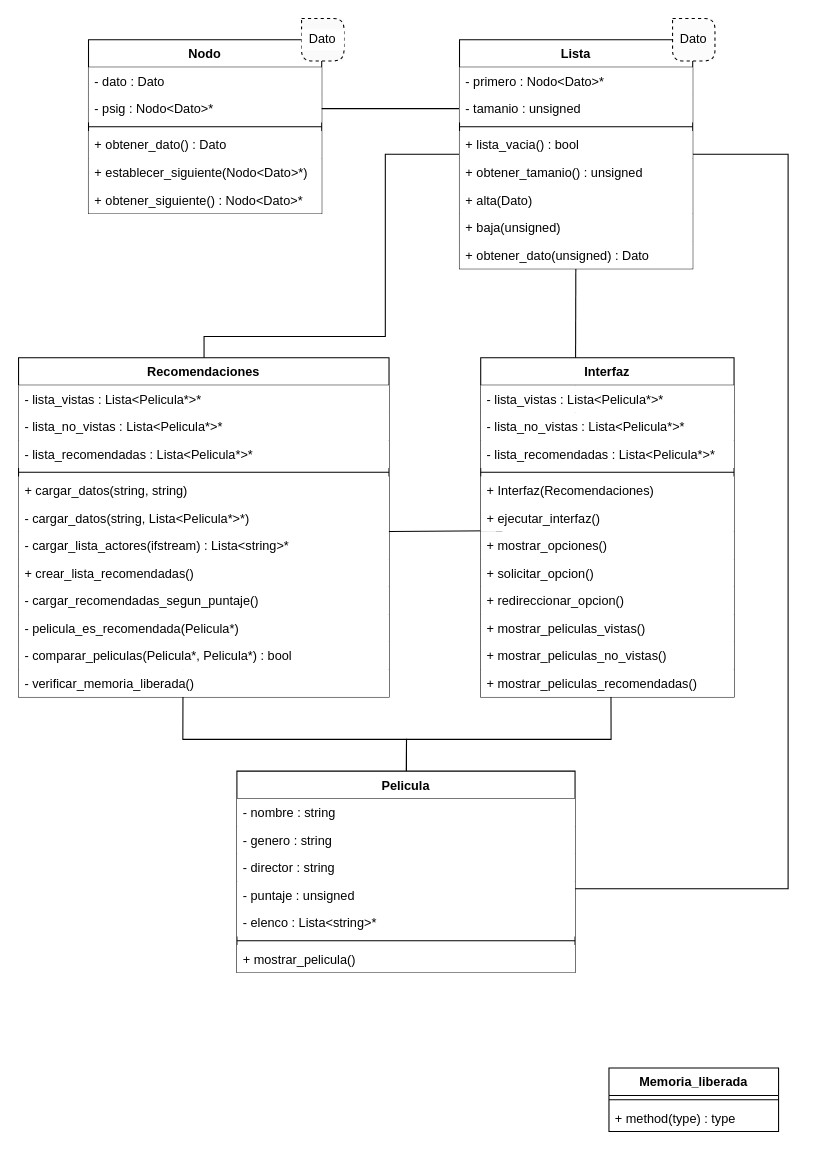
This is Diagrama UML.drawio from arucattaneo2/tp_peliculas, a draw.io file, before an edit. Source tidied: cells renumbered, new cells numbered last; positions are measured from the earlier drawing's top-left corner, leaving out a move shared by most shapes. Both pictures are drawn from the tidied source at 106%, with x=0, y=0 at pixel (18, 18).
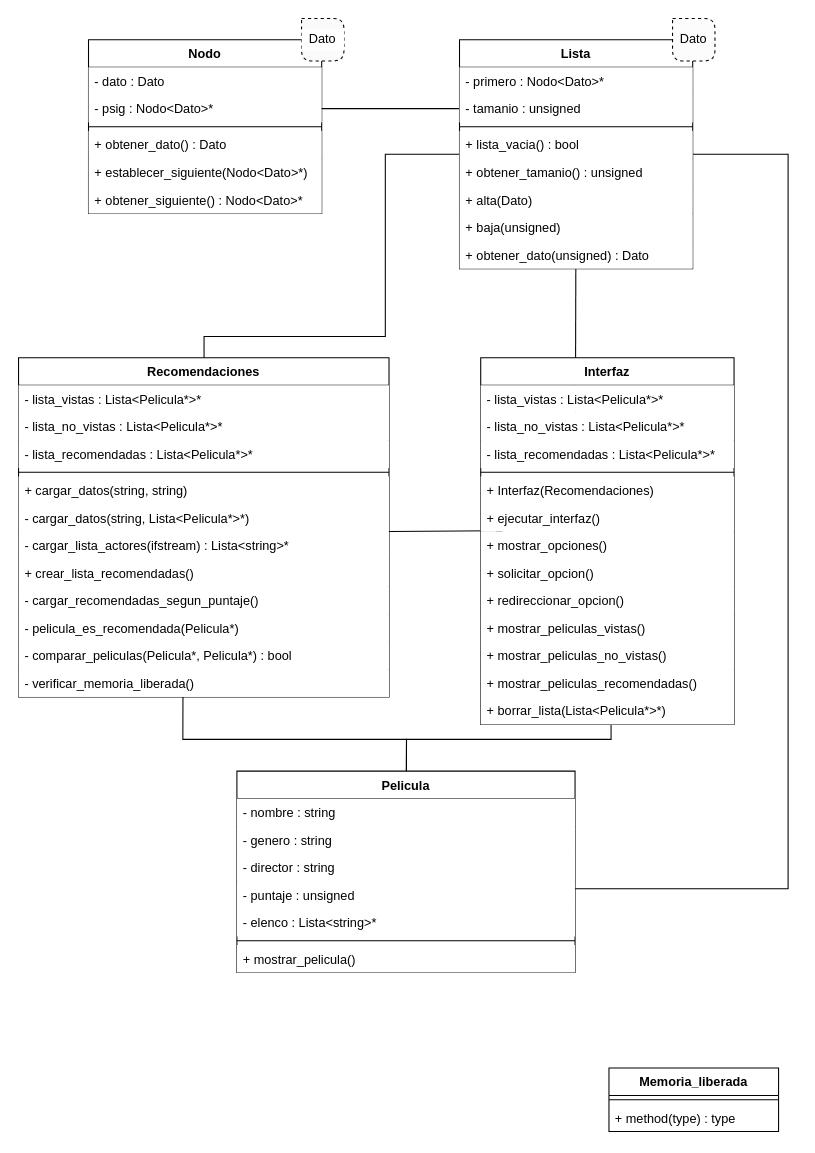
After the change.

Change to the diagram source:
```diff
@@
     <mxCell id="49" value="Interfaz" style="swimlane;fontStyle=1;align=center;verticalAlign=top;horizontal=1;startSize=26;fillColor=#FFFFFF;" parent="1" vertex="1">
-      <mxGeometry x="436" y="320" width="239" height="320" as="geometry" />
+      <mxGeometry x="436" y="320" width="239" height="346" as="geometry" />
     </mxCell>
@@
+    <mxCell id="70" value="+ borrar_lista(Lista&lt;Pelicula*&gt;*)" style="text;strokeColor=none;fillColor=#FFFFFF;align=left;verticalAlign=top;spacingLeft=4;spacingRight=4;overflow=hidden;" parent="49" vertex="1">
+      <mxGeometry y="320" width="239" height="26" as="geometry" />
+    </mxCell>
```
